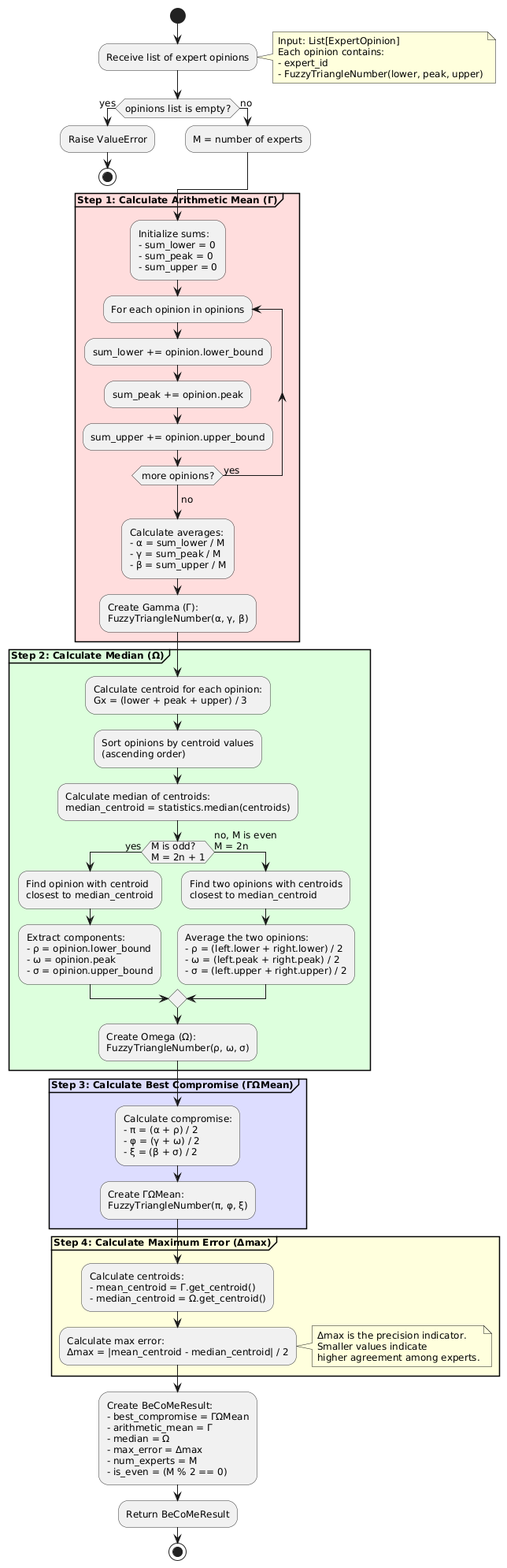
This is docs/uml-diagrams/en/diagrams/png/activity-diagram.png from caitlon/BeCoMe, a PlantUML export, as it was before one commit.
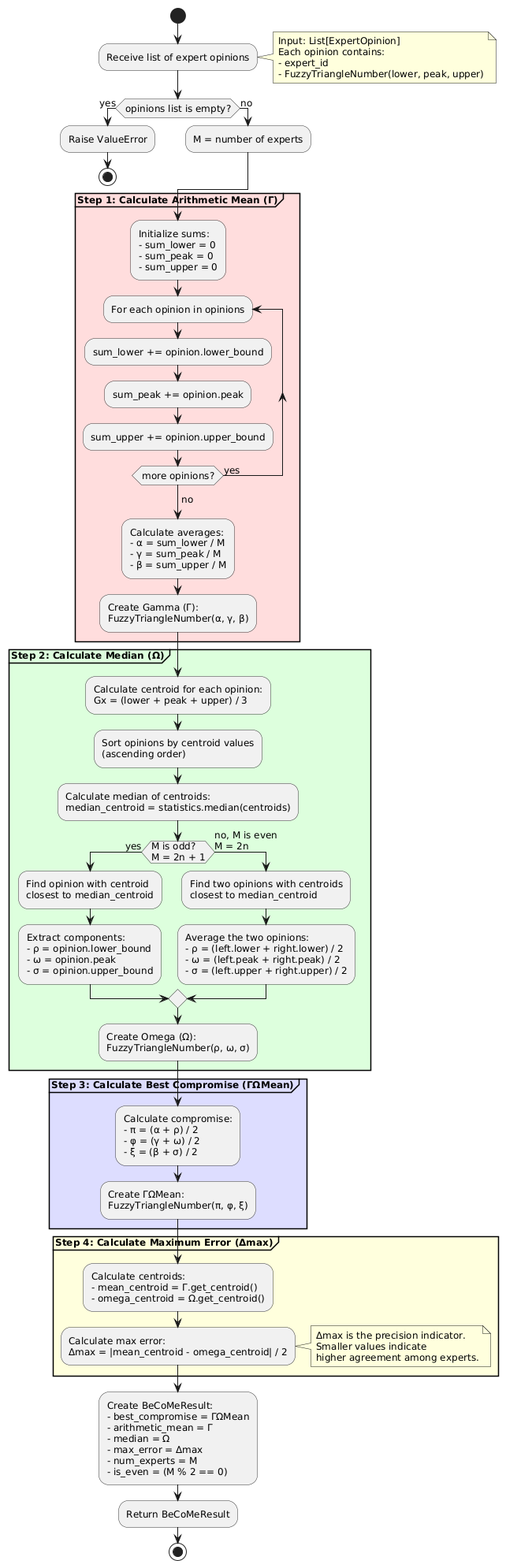
After the commit.

Commit message:
chore: regenerate activity diagrams

The edit, as a diff of the source:
```diff
@@ -65,9 +65,9 @@
 }
 
 partition "**Step 4: Calculate Maximum Error (Δmax)**" #FFFFDD {
-    :Calculate centroids:\n- mean_centroid = Γ.get_centroid()\n- median_centroid = Ω.get_centroid();
+    :Calculate centroids:\n- mean_centroid = Γ.get_centroid()\n- omega_centroid = Ω.get_centroid();
 
-    :Calculate max error:\nΔmax = |mean_centroid - median_centroid| / 2;
+    :Calculate max error:\nΔmax = |mean_centroid - omega_centroid| / 2;
 
     note right
         Δmax is the precision indicator.
```
